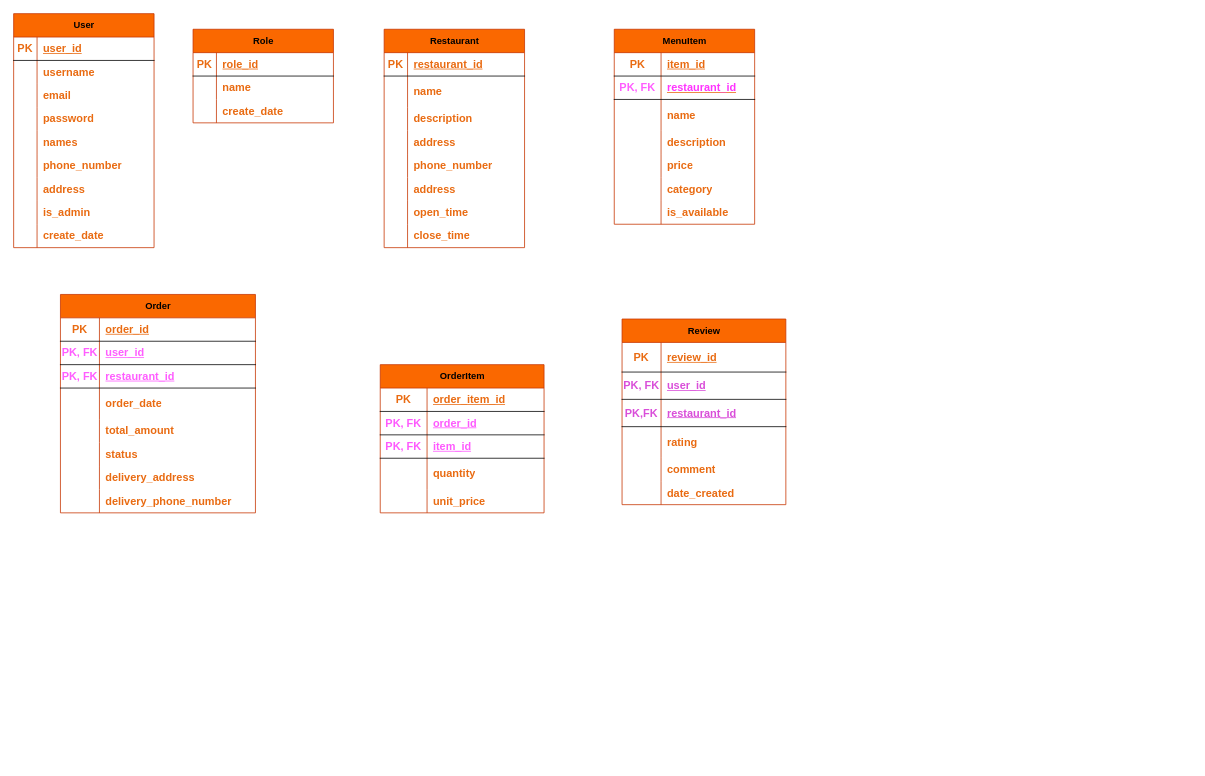
This is FoodDeliveryDatabase.drawio from dabiko/draw-io, a draw.io file, before an edit. Source tidied: cells renumbered, new cells numbered last; positions are measured from the earlier drawing's top-left corner, leaving out a move shared by most shapes. Both pictures are drawn from the tidied source at 78%, with x=0, y=0 at pixel (13, 13).
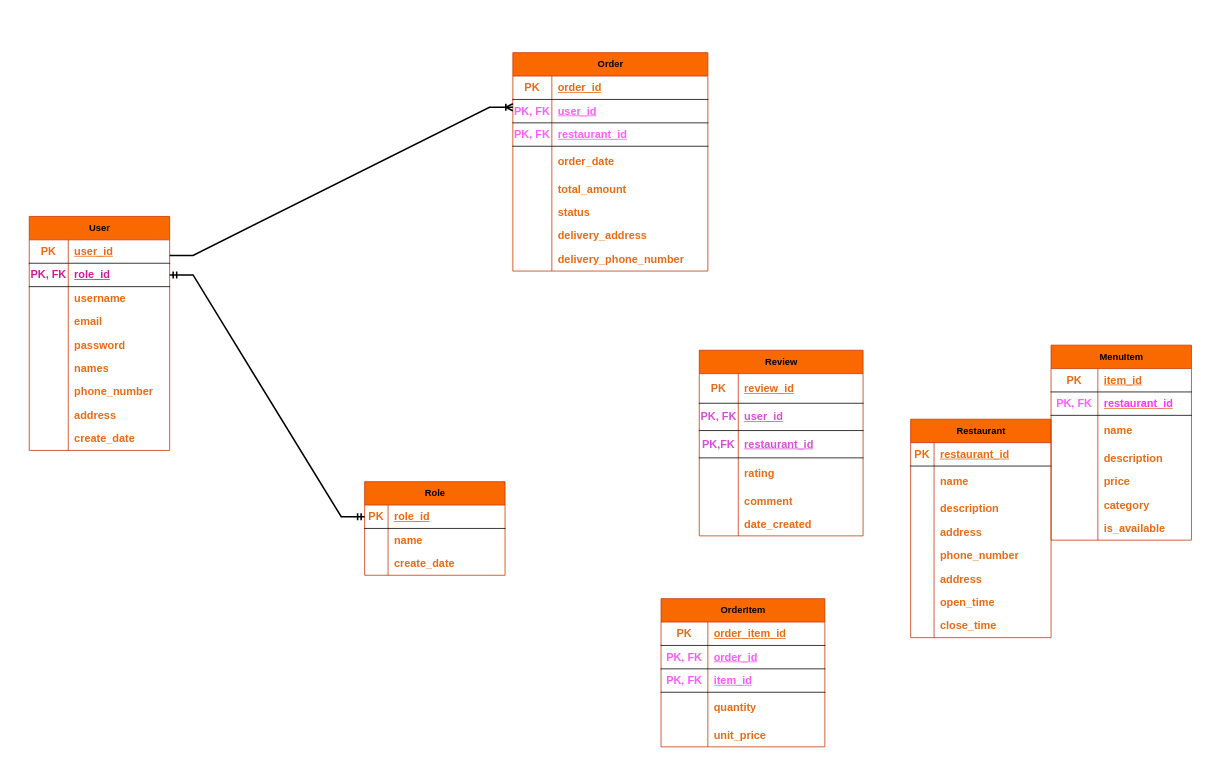
After the change.

The change refers to these unchanged cells:
```xml
<mxCell id="27" style="shape=tableRow;horizontal=0;startSize=0;swimlaneHead=0;swimlaneBody=0;fillColor=none;top=0;left=0;right=0;bottom=0;" parent="2" vertex="1">
  <mxGeometry y="270" width="180" height="30" as="geometry" />
</mxCell>
<mxCell id="96" value="Order" style="shape=table;startSize=30;childLayout=tableLayout;rowLines=0;fontStyle=1;align=center;html=1;fillColor=#fa6800;strokeColor=#C73500;fontColor=#000000;" parent="95" vertex="1">
  <mxGeometry width="250" height="280" as="geometry" />
</mxCell>
<mxCell id="143" style="shape=tableRow;horizontal=0;startSize=0;swimlaneHead=0;swimlaneBody=0;fillColor=none;points=[[0,0.5],[1,0.5]];portConstraint=eastwest;top=0;left=0;right=0;bottom=1;" parent="142" vertex="1">
  <mxGeometry y="30" width="180" height="30" as="geometry" />
</mxCell>
```

What changed in the source:
```diff
@@
     <mxCell id="2" value="User" style="shape=table;startSize=30;childLayout=tableLayout;rowLines=0;fontStyle=1;align=center;html=1;fillColor=#fa6800;strokeColor=#C73500;fontColor=#000000;" parent="1" vertex="1">
-      <mxGeometry width="180" height="300" as="geometry" />
+      <mxGeometry x="20" y="260" width="180" height="300" as="geometry" />
     </mxCell>
+    <mxCell id="152" style="shape=tableRow;horizontal=0;startSize=0;swimlaneHead=0;swimlaneBody=0;fillColor=none;top=0;left=0;right=0;bottom=1;" parent="2" vertex="1">
+      <mxGeometry y="30" width="180" height="30" as="geometry" />
+    </mxCell>
+    <mxCell id="153" value="PK" style="shape=partialRectangle;fillColor=none;top=0;left=0;bottom=0;right=0;fontStyle=1;overflow=hidden;whiteSpace=wrap;html=1;fontColor=#e96b12;fontSize=14;" parent="152" vertex="1">
+      <mxGeometry width="50" height="30" as="geometry" />
+    </mxCell>
+    <mxCell id="154" value="user_id" style="shape=partialRectangle;fillColor=none;top=0;left=0;bottom=0;right=0;align=left;spacingLeft=6;fontStyle=5;overflow=hidden;whiteSpace=wrap;html=1;fontColor=#e96b12;fontSize=14;" parent="152" vertex="1">
+      <mxGeometry x="50" width="130" height="30" as="geometry" />
+    </mxCell>
     <mxCell id="3" style="shape=tableRow;horizontal=0;startSize=0;swimlaneHead=0;swimlaneBody=0;fillColor=none;points=[[0,0.5],[1,0.5]];portConstraint=eastwest;top=0;left=0;right=0;bottom=1;" parent="2" vertex="1">
-      <mxGeometry y="30" width="180" height="30" as="geometry" />
+      <mxGeometry y="60" width="180" height="30" as="geometry" />
     </mxCell>
-    <mxCell id="4" value="PK" style="shape=partialRectangle;fillColor=none;top=0;left=0;bottom=0;right=0;fontStyle=1;overflow=hidden;whiteSpace=wrap;html=1;fontColor=#e96b12;fontSize=14;" parent="3" vertex="1">
-      <mxGeometry width="30" height="30" as="geometry" />
+    <mxCell id="4" value="PK, FK" style="shape=partialRectangle;fillColor=none;top=0;left=0;bottom=0;right=0;fontStyle=1;overflow=hidden;whiteSpace=wrap;html=1;fontColor=#d21997;fontSize=14;" parent="3" vertex="1">
+      <mxGeometry width="50" height="30" as="geometry" />
     </mxCell>
-    <mxCell id="5" value="user_id" style="shape=partialRectangle;fillColor=none;top=0;left=0;bottom=0;right=0;align=left;spacingLeft=6;fontStyle=5;overflow=hidden;whiteSpace=wrap;html=1;fontColor=#e96b12;fontSize=14;" parent="3" vertex="1">
-      <mxGeometry x="30" width="150" height="30" as="geometry" />
+    <mxCell id="5" value="role_id" style="shape=partialRectangle;fillColor=none;top=0;left=0;bottom=0;right=0;align=left;spacingLeft=6;fontStyle=5;overflow=hidden;whiteSpace=wrap;html=1;fontColor=#d21997;fontSize=14;" parent="3" vertex="1">
+      <mxGeometry x="50" width="130" height="30" as="geometry" />
     </mxCell>
     <mxCell id="6" style="shape=tableRow;horizontal=0;startSize=0;swimlaneHead=0;swimlaneBody=0;fillColor=none;top=0;left=0;right=0;bottom=0;" parent="2" vertex="1">
-      <mxGeometry y="60" width="180" height="30" as="geometry" />
+      <mxGeometry y="90" width="180" height="30" as="geometry" />
     </mxCell>
     <mxCell id="7" style="shape=partialRectangle;fillColor=none;top=0;left=0;bottom=0;right=0;overflow=hidden;whiteSpace=wrap;html=1;" parent="6" vertex="1">
-      <mxGeometry width="30" height="30" as="geometry" />
+      <mxGeometry width="50" height="30" as="geometry" />
     </mxCell>
     <mxCell id="8" value="username" style="shape=partialRectangle;fillColor=none;top=0;left=0;bottom=0;right=0;align=left;spacingLeft=6;overflow=hidden;whiteSpace=wrap;html=1;fontStyle=1;fontColor=#e96b12;fontSize=14;" parent="6" vertex="1">
-      <mxGeometry x="30" width="150" height="30" as="geometry" />
+      <mxGeometry x="50" width="130" height="30" as="geometry" />
     </mxCell>
     <mxCell id="9" style="shape=tableRow;horizontal=0;startSize=0;swimlaneHead=0;swimlaneBody=0;fillColor=none;top=0;left=0;right=0;bottom=0;" parent="2" vertex="1">
-      <mxGeometry y="90" width="180" height="30" as="geometry" />
+      <mxGeometry y="120" width="180" height="30" as="geometry" />
     </mxCell>
     <mxCell id="10" style="shape=partialRectangle;fillColor=none;top=0;left=0;bottom=0;right=0;overflow=hidden;whiteSpace=wrap;html=1;" parent="9" vertex="1">
-      <mxGeometry width="30" height="30" as="geometry" />
+      <mxGeometry width="50" height="30" as="geometry" />
     </mxCell>
     <mxCell id="11" value="email" style="shape=partialRectangle;fillColor=none;top=0;left=0;bottom=0;right=0;align=left;spacingLeft=6;overflow=hidden;whiteSpace=wrap;html=1;fontStyle=1;fontColor=#e96b12;fontSize=14;" parent="9" vertex="1">
-      <mxGeometry x="30" width="150" height="30" as="geometry" />
+      <mxGeometry x="50" width="130" height="30" as="geometry" />
     </mxCell>
     <mxCell id="12" style="shape=tableRow;horizontal=0;startSize=0;swimlaneHead=0;swimlaneBody=0;fillColor=none;top=0;left=0;right=0;bottom=0;" parent="2" vertex="1">
-      <mxGeometry y="120" width="180" height="30" as="geometry" />
+      <mxGeometry y="150" width="180" height="30" as="geometry" />
     </mxCell>
     <mxCell id="13" style="shape=partialRectangle;fillColor=none;top=0;left=0;bottom=0;right=0;overflow=hidden;whiteSpace=wrap;html=1;" parent="12" vertex="1">
-      <mxGeometry width="30" height="30" as="geometry" />
+      <mxGeometry width="50" height="30" as="geometry" />
     </mxCell>
     <mxCell id="14" value="password" style="shape=partialRectangle;fillColor=none;top=0;left=0;bottom=0;right=0;align=left;spacingLeft=6;overflow=hidden;whiteSpace=wrap;html=1;fontStyle=1;fontColor=#e96b12;fontSize=14;" parent="12" vertex="1">
-      <mxGeometry x="30" width="150" height="30" as="geometry" />
+      <mxGeometry x="50" width="130" height="30" as="geometry" />
     </mxCell>
     <mxCell id="15" style="shape=tableRow;horizontal=0;startSize=0;swimlaneHead=0;swimlaneBody=0;fillColor=none;top=0;left=0;right=0;bottom=0;" parent="2" vertex="1">
-      <mxGeometry y="150" width="180" height="30" as="geometry" />
+      <mxGeometry y="180" width="180" height="30" as="geometry" />
     </mxCell>
     <mxCell id="16" style="shape=partialRectangle;fillColor=none;top=0;left=0;bottom=0;right=0;overflow=hidden;whiteSpace=wrap;html=1;" parent="15" vertex="1">
-      <mxGeometry width="30" height="30" as="geometry" />
+      <mxGeometry width="50" height="30" as="geometry" />
     </mxCell>
     <mxCell id="17" value="names" style="shape=partialRectangle;fillColor=none;top=0;left=0;bottom=0;right=0;align=left;spacingLeft=6;overflow=hidden;whiteSpace=wrap;html=1;fontStyle=1;fontColor=#e96b12;fontSize=14;" parent="15" vertex="1">
-      <mxGeometry x="30" width="150" height="30" as="geometry" />
+      <mxGeometry x="50" width="130" height="30" as="geometry" />
     </mxCell>
     <mxCell id="18" style="shape=tableRow;horizontal=0;startSize=0;swimlaneHead=0;swimlaneBody=0;fillColor=none;top=0;left=0;right=0;bottom=0;" parent="2" vertex="1">
-      <mxGeometry y="180" width="180" height="30" as="geometry" />
+      <mxGeometry y="210" width="180" height="30" as="geometry" />
     </mxCell>
     <mxCell id="19" style="shape=partialRectangle;fillColor=none;top=0;left=0;bottom=0;right=0;overflow=hidden;whiteSpace=wrap;html=1;" parent="18" vertex="1">
-      <mxGeometry width="30" height="30" as="geometry" />
+      <mxGeometry width="50" height="30" as="geometry" />
     </mxCell>
     <mxCell id="20" value="phone_number" style="shape=partialRectangle;fillColor=none;top=0;left=0;bottom=0;right=0;align=left;spacingLeft=6;overflow=hidden;whiteSpace=wrap;html=1;fontStyle=1;fontColor=#e96b12;fontSize=14;" parent="18" vertex="1">
-      <mxGeometry x="30" width="150" height="30" as="geometry" />
+      <mxGeometry x="50" width="130" height="30" as="geometry" />
     </mxCell>
     <mxCell id="21" style="shape=tableRow;horizontal=0;startSize=0;swimlaneHead=0;swimlaneBody=0;fillColor=none;top=0;left=0;right=0;bottom=0;" parent="2" vertex="1">
-      <mxGeometry y="210" width="180" height="30" as="geometry" />
+      <mxGeometry y="240" width="180" height="30" as="geometry" />
     </mxCell>
     <mxCell id="22" style="shape=partialRectangle;fillColor=none;top=0;left=0;bottom=0;right=0;overflow=hidden;whiteSpace=wrap;html=1;" parent="21" vertex="1">
-      <mxGeometry width="30" height="30" as="geometry" />
+      <mxGeometry width="50" height="30" as="geometry" />
     </mxCell>
     <mxCell id="23" value="address" style="shape=partialRectangle;fillColor=none;top=0;left=0;bottom=0;right=0;align=left;spacingLeft=6;overflow=hidden;whiteSpace=wrap;html=1;fontStyle=1;fontColor=#e96b12;fontSize=14;" parent="21" vertex="1">
-      <mxGeometry x="30" width="150" height="30" as="geometry" />
+      <mxGeometry x="50" width="130" height="30" as="geometry" />
     </mxCell>
-    <mxCell id="24" style="shape=tableRow;horizontal=0;startSize=0;swimlaneHead=0;swimlaneBody=0;fillColor=none;top=0;left=0;right=0;bottom=0;" parent="2" vertex="1">
-      <mxGeometry y="240" width="180" height="30" as="geometry" />
-    </mxCell>
-    <mxCell id="25" style="shape=partialRectangle;fillColor=none;top=0;left=0;bottom=0;right=0;overflow=hidden;whiteSpace=wrap;html=1;" parent="24" vertex="1">
-      <mxGeometry width="30" height="30" as="geometry" />
-    </mxCell>
-    <mxCell id="26" value="is_admin" style="shape=partialRectangle;fillColor=none;top=0;left=0;bottom=0;right=0;align=left;spacingLeft=6;overflow=hidden;whiteSpace=wrap;html=1;fontStyle=1;fontColor=#e96b12;fontSize=14;" parent="24" vertex="1">
-      <mxGeometry x="30" width="150" height="30" as="geometry" />
-    </mxCell>
@@
     <mxCell id="28" style="shape=partialRectangle;fillColor=none;top=0;left=0;bottom=0;right=0;overflow=hidden;whiteSpace=wrap;html=1;" parent="27" vertex="1">
-      <mxGeometry width="30" height="30" as="geometry" />
+      <mxGeometry width="50" height="30" as="geometry" />
     </mxCell>
     <mxCell id="29" value="create_date" style="shape=partialRectangle;fillColor=none;top=0;left=0;bottom=0;right=0;align=left;spacingLeft=6;overflow=hidden;whiteSpace=wrap;html=1;fontStyle=1;fontColor=#e96b12;fontSize=14;" parent="27" vertex="1">
-      <mxGeometry x="30" width="150" height="30" as="geometry" />
+      <mxGeometry x="50" width="130" height="30" as="geometry" />
     </mxCell>
     <mxCell id="30" value="Restaurant" style="shape=table;startSize=30;childLayout=tableLayout;rowLines=0;fontStyle=1;align=center;html=1;fillColor=#fa6800;strokeColor=#C73500;fontColor=#000000;" parent="1" vertex="1">
-      <mxGeometry x="475" y="20" width="180" height="280" as="geometry" />
+      <mxGeometry x="1150" y="520" width="180" height="280" as="geometry" />
     </mxCell>
@@
     <mxCell id="55" style="group;" parent="1" vertex="1">
-      <mxGeometry x="770" y="20" width="180" height="260" as="geometry" />
+      <mxGeometry x="1330" y="425" width="180" height="260" as="geometry" />
     </mxCell>
@@
     <mxCell id="78" style="group;" parent="1" vertex="1">
-      <mxGeometry x="470" y="450" width="210" height="210" as="geometry" />
+      <mxGeometry x="830" y="750" width="210" height="210" as="geometry" />
     </mxCell>
@@
     <mxCell id="95" style="group;" parent="1" vertex="1">
-      <mxGeometry x="60" y="360" width="210" height="300" as="geometry" />
+      <mxGeometry x="640" y="50" width="210" height="300" as="geometry" />
     </mxCell>
@@
     <mxCell id="121" style="group;" parent="1" vertex="1">
-      <mxGeometry x="780" y="390" width="280" height="241" as="geometry" />
+      <mxGeometry x="879" y="430" width="280" height="241" as="geometry" />
     </mxCell>
@@
     <mxCell id="142" value="Role" style="shape=table;startSize=30;childLayout=tableLayout;rowLines=0;fontStyle=1;align=center;html=1;fillColor=#fa6800;strokeColor=#C73500;fontColor=#000000;" parent="1" vertex="1">
-      <mxGeometry x="230" y="20" width="180" height="120" as="geometry" />
+      <mxGeometry x="450" y="600" width="180" height="120" as="geometry" />
     </mxCell>
@@
+    <mxCell id="155" style="edgeStyle=entityRelationEdgeStyle;fontSize=20;html=1;endArrow=ERoneToMany;rounded=0;entryX=0;entryY=0.25;entryDx=0;entryDy=0;strokeWidth=2;" parent="1" edge="1" target="96">
+      <mxGeometry relative="1" as="geometry">
+        <mxPoint x="200" y="310" as="sourcePoint" />
+      </mxGeometry>
+    </mxCell>
+    <mxCell id="156" style="edgeStyle=entityRelationEdgeStyle;fontSize=12;html=1;endArrow=ERmandOne;startArrow=ERmandOne;rounded=0;exitX=1;exitY=0.5;exitDx=0;exitDy=0;entryX=0;entryY=0.5;entryDx=0;entryDy=0;strokeWidth=2;" parent="1" edge="1" source="3" target="143">
+      <mxGeometry relative="1" as="geometry" />
+    </mxCell>
```
